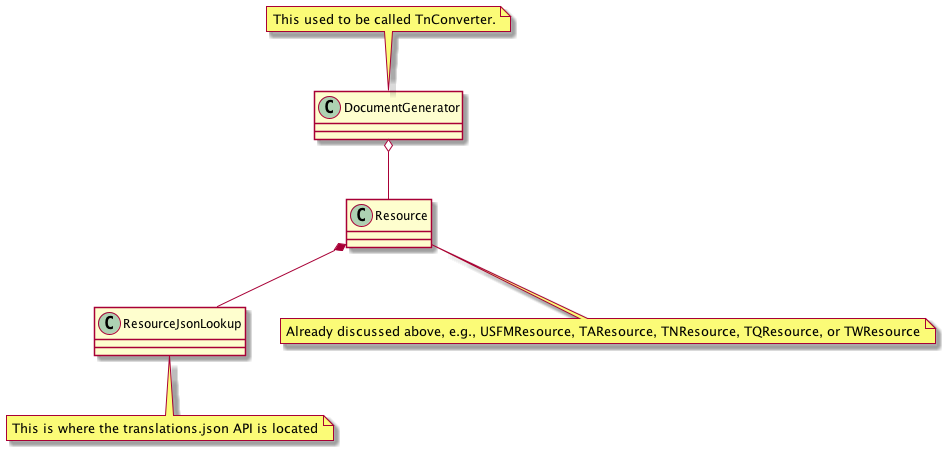
wkelly17/DOC keeps this PlantUML diagram as design_notes/wa_design_class_diagram2.png. Above is the earlier version.
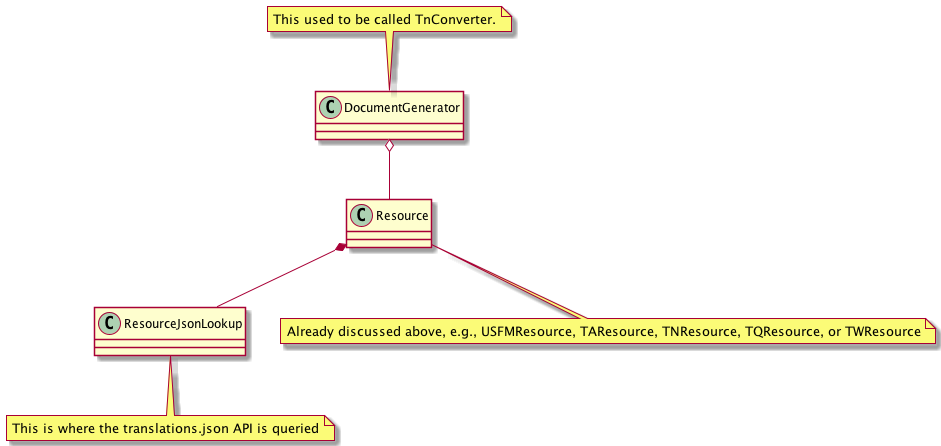
The same diagram one commit later.

Commit message:
Update design document

Change to the diagram source:
```diff
@@ -3,5 +3,5 @@
 Resource *-- ResourceJsonLookup
 note top of DocumentGenerator : This used to be called TnConverter.
 note bottom of Resource : Already discussed above, e.g., USFMResource, TAResource, TNResource, TQResource, or TWResource
-note bottom of ResourceJsonLookup : This is where the translations.json API is located
+note bottom of ResourceJsonLookup : This is where the translations.json API is queried
 @enduml
```
